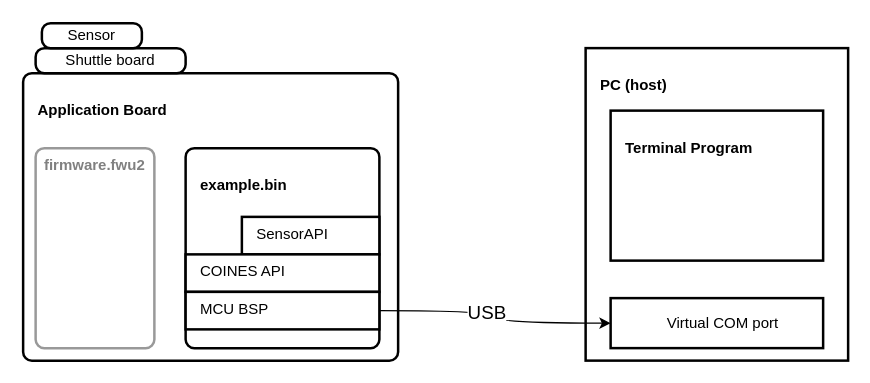
pasunthamizh/COINES keeps this draw.io diagram as doc/docs/accessing_the_sensor_on_application_board/working_princpile_run_on_mcu.drawio. Above is the earlier version. Source tidied: cells renumbered, new cells numbered last; positions are measured from the earlier drawing's top-left corner, leaving out a move shared by most shapes. Both pictures are drawn from the tidied source at 125%, with x=0, y=0 at pixel (22, 22).
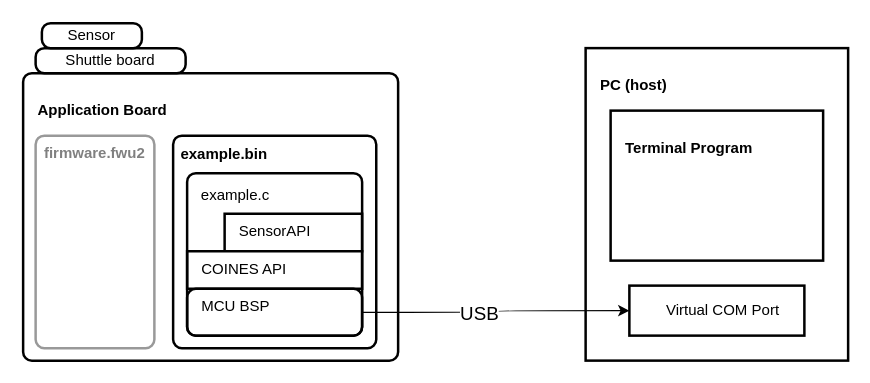
Above is the later version.

What changed in the source:
```diff
@@
 <mxGraphModel>
   <root>
     <mxCell id="0" />
     <mxCell id="1" parent="0" />
     <mxCell id="2" value="&lt;h4&gt;PC (host)&lt;/h4&gt;" style="rounded=0;whiteSpace=wrap;html=1;absoluteArcSize=1;arcSize=14;strokeWidth=2;shadow=0;glass=0;verticalAlign=top;align=left;spacingLeft=10;" parent="1" vertex="1">
       <mxGeometry x="450" y="20" width="210" height="250" as="geometry" />
     </mxCell>
     <mxCell id="3" value="&lt;h4&gt;Terminal Program&lt;/h4&gt;" style="rounded=0;whiteSpace=wrap;html=1;absoluteArcSize=1;arcSize=14;strokeWidth=2;shadow=0;glass=0;verticalAlign=top;align=left;spacingLeft=10;" parent="1" vertex="1">
       <mxGeometry x="470" y="70" width="170" height="120" as="geometry" />
     </mxCell>
-    <mxCell id="4" value="&lt;h4&gt;&lt;span style=&quot;font-weight: 400;&quot;&gt;Virtual COM port&lt;/span&gt;&lt;/h4&gt;" style="rounded=0;whiteSpace=wrap;html=1;absoluteArcSize=1;arcSize=14;strokeWidth=2;shadow=0;glass=0;verticalAlign=middle;align=center;spacingLeft=10;" parent="1" vertex="1">
-      <mxGeometry x="470" y="220" width="170" height="40" as="geometry" />
+    <mxCell id="4" value="&lt;h4 style=&quot;&quot;&gt;&lt;span style=&quot;font-weight: 400;&quot;&gt;Virtual COM Port&lt;/span&gt;&lt;/h4&gt;" style="rounded=0;whiteSpace=wrap;html=1;absoluteArcSize=1;arcSize=14;strokeWidth=2;shadow=0;glass=0;verticalAlign=middle;align=center;spacingLeft=10;" parent="1" vertex="1">
+      <mxGeometry x="485" y="210" width="140" height="40" as="geometry" />
     </mxCell>
     <mxCell id="5" value="&lt;h4&gt;Application Board&lt;/h4&gt;" style="rounded=1;whiteSpace=wrap;html=1;absoluteArcSize=1;arcSize=14;strokeWidth=2;horizontal=1;verticalAlign=top;align=left;spacingLeft=10;" parent="1" vertex="1">
       <mxGeometry y="40" width="300" height="230" as="geometry" />
     </mxCell>
     <mxCell id="6" value="&lt;b&gt;&lt;font color=&quot;#808080&quot;&gt;firmware.fwu2&lt;/font&gt;&lt;/b&gt;" style="rounded=1;whiteSpace=wrap;html=1;absoluteArcSize=1;arcSize=14;strokeWidth=2;verticalAlign=top;strokeColor=#999999;" parent="1" vertex="1">
-      <mxGeometry x="10" y="100" width="95" height="160" as="geometry" />
+      <mxGeometry x="10" y="90" width="95" height="170" as="geometry" />
     </mxCell>
     <mxCell id="7" value="Shuttle board" style="rounded=1;whiteSpace=wrap;html=1;absoluteArcSize=1;arcSize=14;strokeWidth=2;" parent="1" vertex="1">
       <mxGeometry x="10" y="20" width="120" height="20" as="geometry" />
     </mxCell>
     <mxCell id="8" value="Sensor" style="rounded=1;whiteSpace=wrap;html=1;absoluteArcSize=1;arcSize=14;strokeWidth=2;" parent="1" vertex="1">
       <mxGeometry x="15" width="80" height="20" as="geometry" />
     </mxCell>
-    <mxCell id="9" value="&lt;h4&gt;example.bin&lt;/h4&gt;" style="rounded=1;whiteSpace=wrap;html=1;absoluteArcSize=1;arcSize=14;strokeWidth=2;horizontal=1;verticalAlign=top;align=left;spacingLeft=10;" parent="1" vertex="1">
-      <mxGeometry x="130" y="100" width="155" height="160" as="geometry" />
+    <mxCell id="9" value="&lt;h4&gt;&lt;br&gt;&lt;/h4&gt;" style="rounded=1;whiteSpace=wrap;html=1;absoluteArcSize=1;arcSize=14;strokeWidth=2;horizontal=1;verticalAlign=top;align=left;spacingLeft=10;" parent="1" vertex="1">
+      <mxGeometry x="120" y="90" width="162.5" height="170" as="geometry" />
     </mxCell>
     <mxCell id="10" value="SensorAPI" style="rounded=0;whiteSpace=wrap;html=1;absoluteArcSize=1;arcSize=14;strokeWidth=2;shadow=0;glass=0;verticalAlign=top;align=left;spacingLeft=10;spacing=2;spacingTop=0;" parent="1" vertex="1">
-      <mxGeometry x="175" y="155" width="110" height="30" as="geometry" />
+      <mxGeometry x="161.2" y="152.5" width="110" height="30" as="geometry" />
     </mxCell>
     <mxCell id="11" value="COINES API" style="rounded=0;whiteSpace=wrap;html=1;absoluteArcSize=1;arcSize=14;strokeWidth=2;shadow=0;glass=0;verticalAlign=top;align=left;spacingLeft=10;spacing=2;spacingTop=0;" parent="1" vertex="1">
-      <mxGeometry x="130" y="185" width="155" height="30" as="geometry" />
+      <mxGeometry x="131.2" y="182.5" width="140" height="30" as="geometry" />
     </mxCell>
     <mxCell id="12" style="edgeStyle=orthogonalEdgeStyle;rounded=0;jettySize=auto;html=1;entryX=0;entryY=0.5;entryDx=0;entryDy=0;curved=1;" parent="1" edge="1" source="14" target="4">
       <mxGeometry relative="1" as="geometry" />
     </mxCell>
     <mxCell id="13" value="&lt;font style=&quot;font-size: 15px;&quot;&gt;USB&lt;/font&gt;" style="edgeLabel;html=1;align=center;verticalAlign=middle;" parent="12" vertex="1">
       <mxGeometry x="-0.25" y="-4" relative="1" as="geometry">
         <mxPoint x="12" y="-4" as="offset" />
       </mxGeometry>
     </mxCell>
-    <mxCell id="14" value="MCU BSP" style="rounded=0;whiteSpace=wrap;html=1;absoluteArcSize=1;arcSize=14;strokeWidth=2;shadow=0;glass=0;verticalAlign=top;align=left;spacingLeft=10;spacing=2;spacingTop=0;" parent="1" vertex="1">
-      <mxGeometry x="130" y="215" width="155" height="30" as="geometry" />
+    <mxCell id="14" value="MCU BSP" style="rounded=1;whiteSpace=wrap;html=1;absoluteArcSize=1;arcSize=14;strokeWidth=2;shadow=0;glass=0;verticalAlign=top;align=left;spacingLeft=10;spacing=2;spacingTop=0;" parent="1" vertex="1">
+      <mxGeometry x="131.2" y="212.5" width="140" height="37.5" as="geometry" />
     </mxCell>
+    <mxCell id="15" style="rounded=1;whiteSpace=wrap;html=1;strokeWidth=2;arcSize=14;absoluteArcSize=1;align=left;fillColor=none;" parent="1" vertex="1">
+      <mxGeometry x="131.2" y="120" width="140" height="130" as="geometry" />
+    </mxCell>
+    <mxCell id="16" value="example.c" style="text;html=1;strokeColor=none;fillColor=none;align=center;verticalAlign=middle;whiteSpace=wrap;rounded=0;strokeWidth=2;" parent="1" vertex="1">
+      <mxGeometry x="140" y="122.5" width="60" height="30" as="geometry" />
+    </mxCell>
+    <mxCell id="17" value="&lt;b&gt;example.bin&lt;/b&gt;" style="text;html=1;strokeColor=none;fillColor=none;align=center;verticalAlign=middle;whiteSpace=wrap;rounded=0;strokeWidth=2;" parent="1" vertex="1">
+      <mxGeometry x="131.2" y="90" width="60" height="30" as="geometry" />
+    </mxCell>
   </root>
 </mxGraphModel>
```
